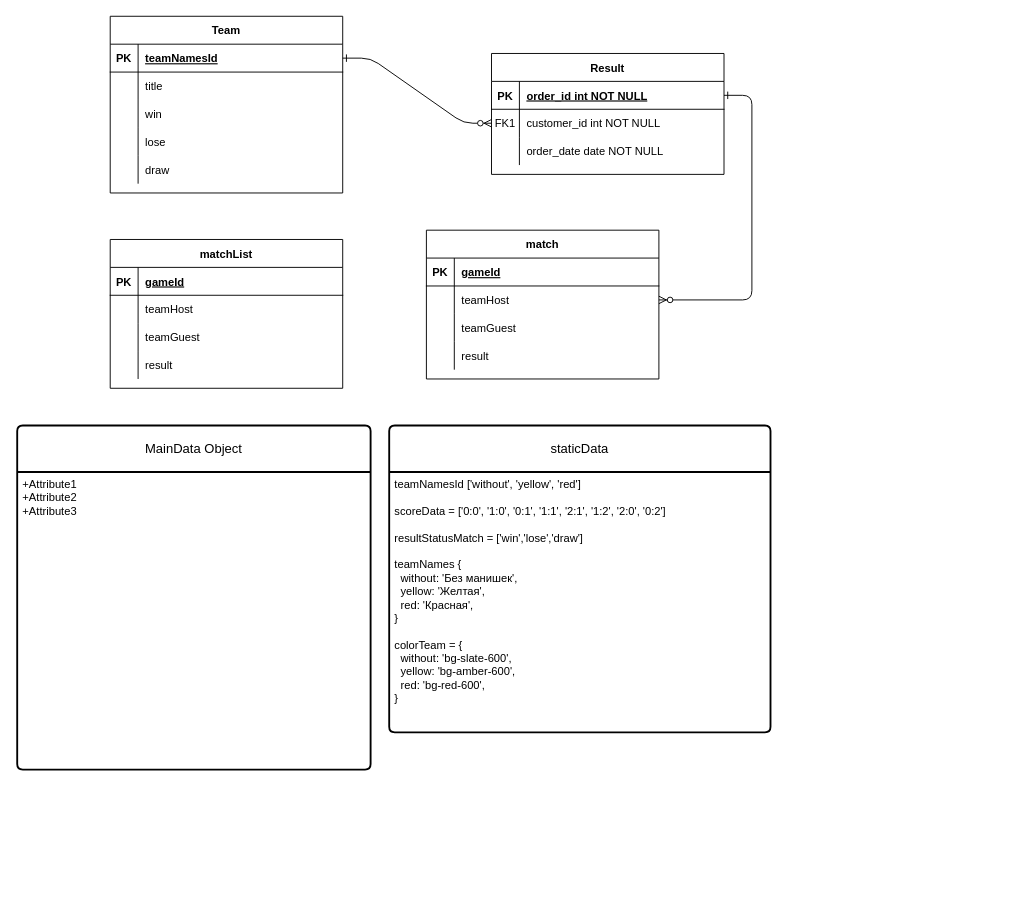
This is src/assets/Диаграмма без названия.drawio from TonyG89/VUE_TAILWIND_footballweekend, a draw.io file, before an edit. Source tidied: cells renumbered, new cells numbered last; positions are measured from the earlier drawing's top-left corner, leaving out a move shared by most shapes. Both pictures are drawn from the tidied source at 93%, with x=0, y=0 at pixel (17, 16).
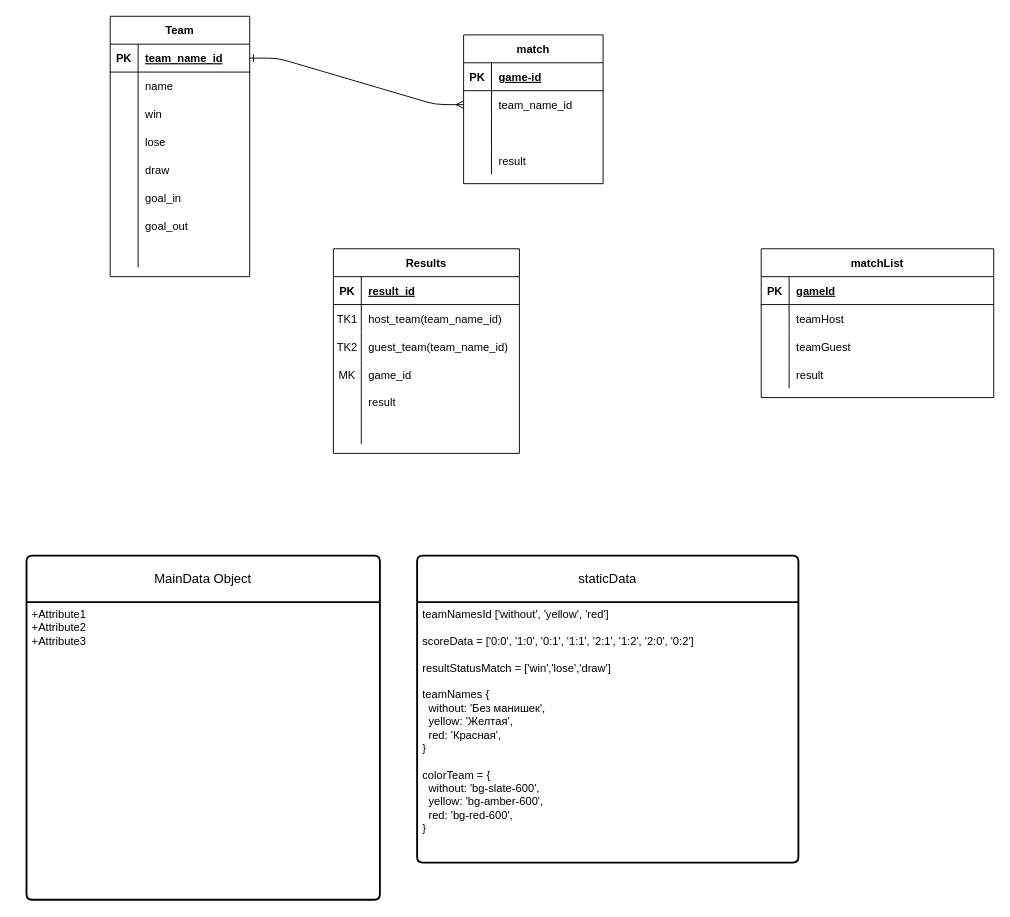
The same diagram, later.

The edit, as a diff of the source:
```diff
@@
-    <mxCell id="2" style="edgeStyle=entityRelationEdgeStyle;endArrow=ERzeroToMany;startArrow=ERone;endFill=1;startFill=0;" parent="1" edge="1" source="28" target="8">
+    <mxCell id="2" style="edgeStyle=entityRelationEdgeStyle;endArrow=ERmany;startArrow=ERone;endFill=0;startFill=0;exitX=1;exitY=0.5;exitDx=0;exitDy=0;" parent="1" edge="1" source="28" target="18">
       <mxGeometry relative="1" as="geometry" />
     </mxCell>
-    <mxCell id="3" style="edgeStyle=entityRelationEdgeStyle;endArrow=ERzeroToMany;startArrow=ERone;endFill=1;startFill=0;" parent="1" edge="1" source="5" target="18">
-      <mxGeometry relative="1" as="geometry" />
-    </mxCell>
-    <mxCell id="4" value="Result" style="shape=table;startSize=30;childLayout=tableLayout;rowLines=0;fontStyle=1;align=center;" parent="1" vertex="1">
-      <mxGeometry x="510" y="40" width="250" height="130" as="geometry" />
+    <mxCell id="4" value="Results" style="shape=table;startSize=30;childLayout=tableLayout;rowLines=0;fontStyle=1;align=center;" parent="1" vertex="1">
+      <mxGeometry x="340" y="250" width="200" height="220" as="geometry" />
     </mxCell>
     <mxCell id="5" style="shape=partialRectangle;fillColor=none;points=[[0,0.5],[1,0.5]];portConstraint=eastwest;top=0;left=0;right=0;bottom=1;" parent="4" vertex="1">
-      <mxGeometry y="30" width="250" height="30" as="geometry" />
+      <mxGeometry y="30" width="200" height="30" as="geometry" />
     </mxCell>
@@
-    <mxCell id="7" value="order_id int NOT NULL " style="shape=partialRectangle;overflow=hidden;fillColor=none;top=0;left=0;bottom=0;right=0;align=left;spacingLeft=6;fontStyle=5;" parent="5" vertex="1">
-      <mxGeometry x="30" width="220" height="30" as="geometry" />
+    <mxCell id="7" value="result_id" style="shape=partialRectangle;overflow=hidden;fillColor=none;top=0;left=0;bottom=0;right=0;align=left;spacingLeft=6;fontStyle=5;" parent="5" vertex="1">
+      <mxGeometry x="30" width="170" height="30" as="geometry" />
     </mxCell>
     <mxCell id="8" style="shape=partialRectangle;fillColor=none;points=[[0,0.5],[1,0.5]];portConstraint=eastwest;top=0;left=0;right=0;bottom=0;" parent="4" vertex="1">
-      <mxGeometry y="60" width="250" height="30" as="geometry" />
+      <mxGeometry y="60" width="200" height="30" as="geometry" />
     </mxCell>
-    <mxCell id="9" value="FK1" style="shape=partialRectangle;overflow=hidden;fillColor=none;top=0;left=0;bottom=0;right=0;" parent="8" vertex="1">
+    <mxCell id="9" value="TK1" style="shape=partialRectangle;overflow=hidden;fillColor=none;top=0;left=0;bottom=0;right=0;" parent="8" vertex="1">
       <mxGeometry width="30" height="30" as="geometry" />
     </mxCell>
-    <mxCell id="10" value="customer_id int NOT NULL" style="shape=partialRectangle;overflow=hidden;fillColor=none;top=0;left=0;bottom=0;right=0;align=left;spacingLeft=6;" parent="8" vertex="1">
-      <mxGeometry x="30" width="220" height="30" as="geometry" />
+    <mxCell id="10" value="host_team(team_name_id)" style="shape=partialRectangle;overflow=hidden;fillColor=none;top=0;left=0;bottom=0;right=0;align=left;spacingLeft=6;" parent="8" vertex="1">
+      <mxGeometry x="30" width="170" height="30" as="geometry" />
     </mxCell>
-    <mxCell id="11" style="shape=partialRectangle;fillColor=none;top=0;left=0;right=0;bottom=0;" parent="4" vertex="1">
-      <mxGeometry y="90" width="250" height="30" as="geometry" />
-    </mxCell>
-    <mxCell id="12" style="shape=partialRectangle;overflow=hidden;fillColor=none;top=0;left=0;bottom=0;right=0;" parent="11" vertex="1">
-      <mxGeometry width="30" height="30" as="geometry" />
-    </mxCell>
-    <mxCell id="13" value="order_date date NOT NULL" style="shape=partialRectangle;overflow=hidden;fillColor=none;top=0;left=0;bottom=0;right=0;align=left;spacingLeft=6;" parent="11" vertex="1">
-      <mxGeometry x="30" width="220" height="30" as="geometry" />
-    </mxCell>
+    <mxCell id="60" style="shape=partialRectangle;fillColor=none;top=0;left=0;right=0;bottom=0;" parent="4" vertex="1">
+      <mxGeometry y="90" width="200" height="30" as="geometry" />
+    </mxCell>
+    <mxCell id="61" value="TK2" style="shape=partialRectangle;overflow=hidden;fillColor=none;top=0;left=0;bottom=0;right=0;" parent="60" vertex="1">
+      <mxGeometry width="30" height="30" as="geometry" />
+    </mxCell>
+    <mxCell id="62" value="guest_team(team_name_id)" style="shape=partialRectangle;overflow=hidden;fillColor=none;top=0;left=0;bottom=0;right=0;align=left;spacingLeft=6;" parent="60" vertex="1">
+      <mxGeometry x="30" width="170" height="30" as="geometry" />
+    </mxCell>
+    <mxCell id="63" style="shape=partialRectangle;fillColor=none;top=0;left=0;right=0;bottom=0;" parent="4" vertex="1">
+      <mxGeometry y="120" width="200" height="30" as="geometry" />
+    </mxCell>
+    <mxCell id="64" value="MK" style="shape=partialRectangle;overflow=hidden;fillColor=none;top=0;left=0;bottom=0;right=0;" parent="63" vertex="1">
+      <mxGeometry width="30" height="30" as="geometry" />
+    </mxCell>
+    <mxCell id="65" value="game_id" style="shape=partialRectangle;overflow=hidden;fillColor=none;top=0;left=0;bottom=0;right=0;align=left;spacingLeft=6;" parent="63" vertex="1">
+      <mxGeometry x="30" width="170" height="30" as="geometry" />
+    </mxCell>
+    <mxCell id="66" style="shape=partialRectangle;fillColor=none;top=0;left=0;right=0;bottom=0;" parent="4" vertex="1">
+      <mxGeometry y="150" width="200" height="30" as="geometry" />
+    </mxCell>
+    <mxCell id="67" style="shape=partialRectangle;overflow=hidden;fillColor=none;top=0;left=0;bottom=0;right=0;" parent="66" vertex="1">
+      <mxGeometry width="30" height="30" as="geometry" />
+    </mxCell>
+    <mxCell id="68" value="result" style="shape=partialRectangle;overflow=hidden;fillColor=none;top=0;left=0;bottom=0;right=0;align=left;spacingLeft=6;" parent="66" vertex="1">
+      <mxGeometry x="30" width="170" height="30" as="geometry" />
+    </mxCell>
+    <mxCell id="69" style="shape=partialRectangle;fillColor=none;top=0;left=0;right=0;bottom=0;" parent="4" vertex="1">
+      <mxGeometry y="180" width="200" height="30" as="geometry" />
+    </mxCell>
+    <mxCell id="70" style="shape=partialRectangle;overflow=hidden;fillColor=none;top=0;left=0;bottom=0;right=0;" parent="69" vertex="1">
+      <mxGeometry width="30" height="30" as="geometry" />
+    </mxCell>
+    <mxCell id="71" style="shape=partialRectangle;overflow=hidden;fillColor=none;top=0;left=0;bottom=0;right=0;align=left;spacingLeft=6;" parent="69" vertex="1">
+      <mxGeometry x="30" width="170" height="30" as="geometry" />
+    </mxCell>
     <mxCell id="14" value="match" style="shape=table;startSize=30;childLayout=tableLayout;rowLines=0;fontStyle=1;align=center;" parent="1" vertex="1">
-      <mxGeometry x="440" y="230" width="250" height="160" as="geometry" />
+      <mxGeometry x="480" y="20" width="150" height="160" as="geometry" />
     </mxCell>
     <mxCell id="15" style="shape=partialRectangle;fillColor=none;top=0;left=0;right=0;bottom=1;" parent="14" vertex="1">
-      <mxGeometry y="30" width="250" height="30" as="geometry" />
+      <mxGeometry y="30" width="150" height="30" as="geometry" />
     </mxCell>
@@
-    <mxCell id="17" value="gameId" style="shape=partialRectangle;overflow=hidden;fillColor=none;top=0;left=0;bottom=0;right=0;align=left;spacingLeft=6;fontStyle=5;" parent="15" vertex="1">
-      <mxGeometry x="30" width="220" height="30" as="geometry" />
+    <mxCell id="17" value="game-id" style="shape=partialRectangle;overflow=hidden;fillColor=none;top=0;left=0;bottom=0;right=0;align=left;spacingLeft=6;fontStyle=5;" parent="15" vertex="1">
+      <mxGeometry x="30" width="120" height="30" as="geometry" />
     </mxCell>
     <mxCell id="18" style="shape=partialRectangle;fillColor=none;points=[[0,0.5],[1,0.5]];portConstraint=eastwest;top=0;left=0;right=0;bottom=0;" parent="14" vertex="1">
-      <mxGeometry y="60" width="250" height="30" as="geometry" />
+      <mxGeometry y="60" width="150" height="30" as="geometry" />
     </mxCell>
@@
-    <mxCell id="20" value="teamHost" style="shape=partialRectangle;overflow=hidden;fillColor=none;top=0;left=0;bottom=0;right=0;align=left;spacingLeft=6;" parent="18" vertex="1">
-      <mxGeometry x="30" width="220" height="30" as="geometry" />
+    <mxCell id="20" value="team_name_id" style="shape=partialRectangle;overflow=hidden;fillColor=none;top=0;left=0;bottom=0;right=0;align=left;spacingLeft=6;" parent="18" vertex="1">
+      <mxGeometry x="30" width="120" height="30" as="geometry" />
     </mxCell>
     <mxCell id="21" style="shape=partialRectangle;fillColor=none;top=0;left=0;right=0;bottom=0;" parent="14" vertex="1">
-      <mxGeometry y="90" width="250" height="30" as="geometry" />
+      <mxGeometry y="90" width="150" height="30" as="geometry" />
     </mxCell>
@@
-    <mxCell id="23" value="teamGuest" style="shape=partialRectangle;overflow=hidden;fillColor=none;top=0;left=0;bottom=0;right=0;align=left;spacingLeft=6;" parent="21" vertex="1">
-      <mxGeometry x="30" width="220" height="30" as="geometry" />
+    <mxCell id="23" style="shape=partialRectangle;overflow=hidden;fillColor=none;top=0;left=0;bottom=0;right=0;align=left;spacingLeft=6;" parent="21" vertex="1">
+      <mxGeometry x="30" width="120" height="30" as="geometry" />
     </mxCell>
     <mxCell id="24" style="shape=partialRectangle;fillColor=none;top=0;left=0;right=0;bottom=0;" parent="14" vertex="1">
-      <mxGeometry y="120" width="250" height="30" as="geometry" />
+      <mxGeometry y="120" width="150" height="30" as="geometry" />
     </mxCell>
@@
     <mxCell id="26" value="result" style="shape=partialRectangle;overflow=hidden;fillColor=none;top=0;left=0;bottom=0;right=0;align=left;spacingLeft=6;" parent="24" vertex="1">
-      <mxGeometry x="30" width="220" height="30" as="geometry" />
+      <mxGeometry x="30" width="120" height="30" as="geometry" />
     </mxCell>
     <mxCell id="27" value="Team" style="shape=table;startSize=30;childLayout=tableLayout;rowLines=0;fontStyle=1;align=center;" parent="1" vertex="1">
-      <mxGeometry x="100" width="250" height="190" as="geometry" />
+      <mxGeometry x="100" width="150" height="280" as="geometry" />
     </mxCell>
     <mxCell id="28" style="shape=partialRectangle;fillColor=none;points=[[0,0.5],[1,0.5]];portConstraint=eastwest;top=0;left=0;right=0;bottom=1;" parent="27" vertex="1">
-      <mxGeometry y="30" width="250" height="30" as="geometry" />
+      <mxGeometry y="30" width="150" height="30" as="geometry" />
     </mxCell>
@@
-    <mxCell id="30" value="teamNamesId" style="shape=partialRectangle;overflow=hidden;fillColor=none;top=0;left=0;bottom=0;right=0;align=left;spacingLeft=6;fontStyle=5;" parent="28" vertex="1">
-      <mxGeometry x="30" width="220" height="30" as="geometry" />
+    <mxCell id="30" value="team_name_id" style="shape=partialRectangle;overflow=hidden;fillColor=none;top=0;left=0;bottom=0;right=0;align=left;spacingLeft=6;fontStyle=5;" parent="28" vertex="1">
+      <mxGeometry x="30" width="120" height="30" as="geometry" />
     </mxCell>
     <mxCell id="31" style="shape=partialRectangle;fillColor=none;top=0;left=0;right=0;bottom=0;" parent="27" vertex="1">
-      <mxGeometry y="60" width="250" height="30" as="geometry" />
+      <mxGeometry y="60" width="150" height="30" as="geometry" />
     </mxCell>
@@
-    <mxCell id="33" value="title" style="shape=partialRectangle;overflow=hidden;fillColor=none;top=0;left=0;bottom=0;right=0;align=left;spacingLeft=6;" parent="31" vertex="1">
-      <mxGeometry x="30" width="220" height="30" as="geometry" />
+    <mxCell id="33" value="name" style="shape=partialRectangle;overflow=hidden;fillColor=none;top=0;left=0;bottom=0;right=0;align=left;spacingLeft=6;" parent="31" vertex="1">
+      <mxGeometry x="30" width="120" height="30" as="geometry" />
     </mxCell>
     <mxCell id="34" style="shape=partialRectangle;fillColor=none;top=0;left=0;right=0;bottom=0;" parent="27" vertex="1">
-      <mxGeometry y="90" width="250" height="30" as="geometry" />
+      <mxGeometry y="90" width="150" height="30" as="geometry" />
     </mxCell>
@@
     <mxCell id="36" value="win" style="shape=partialRectangle;overflow=hidden;fillColor=none;top=0;left=0;bottom=0;right=0;align=left;spacingLeft=6;" parent="34" vertex="1">
-      <mxGeometry x="30" width="220" height="30" as="geometry" />
+      <mxGeometry x="30" width="120" height="30" as="geometry" />
     </mxCell>
     <mxCell id="37" style="shape=partialRectangle;fillColor=none;top=0;left=0;right=0;bottom=0;" parent="27" vertex="1">
-      <mxGeometry y="120" width="250" height="30" as="geometry" />
+      <mxGeometry y="120" width="150" height="30" as="geometry" />
     </mxCell>
@@
     <mxCell id="39" value="lose" style="shape=partialRectangle;overflow=hidden;fillColor=none;top=0;left=0;bottom=0;right=0;align=left;spacingLeft=6;" parent="37" vertex="1">
-      <mxGeometry x="30" width="220" height="30" as="geometry" />
+      <mxGeometry x="30" width="120" height="30" as="geometry" />
     </mxCell>
     <mxCell id="40" style="shape=partialRectangle;fillColor=none;top=0;left=0;right=0;bottom=0;" parent="27" vertex="1">
-      <mxGeometry y="150" width="250" height="30" as="geometry" />
+      <mxGeometry y="150" width="150" height="30" as="geometry" />
     </mxCell>
@@
     <mxCell id="42" value="draw" style="shape=partialRectangle;overflow=hidden;fillColor=none;top=0;left=0;bottom=0;right=0;align=left;spacingLeft=6;" parent="40" vertex="1">
-      <mxGeometry x="30" width="220" height="30" as="geometry" />
+      <mxGeometry x="30" width="120" height="30" as="geometry" />
     </mxCell>
+    <mxCell id="72" style="shape=partialRectangle;fillColor=none;top=0;left=0;right=0;bottom=0;" parent="27" vertex="1">
+      <mxGeometry y="180" width="150" height="30" as="geometry" />
+    </mxCell>
+    <mxCell id="73" style="shape=partialRectangle;overflow=hidden;fillColor=none;top=0;left=0;bottom=0;right=0;" parent="72" vertex="1">
+      <mxGeometry width="30" height="30" as="geometry" />
+    </mxCell>
+    <mxCell id="74" value="goal_in" style="shape=partialRectangle;overflow=hidden;fillColor=none;top=0;left=0;bottom=0;right=0;align=left;spacingLeft=6;" parent="72" vertex="1">
+      <mxGeometry x="30" width="120" height="30" as="geometry" />
+    </mxCell>
+    <mxCell id="75" style="shape=partialRectangle;fillColor=none;top=0;left=0;right=0;bottom=0;" parent="27" vertex="1">
+      <mxGeometry y="210" width="150" height="30" as="geometry" />
+    </mxCell>
+    <mxCell id="76" style="shape=partialRectangle;overflow=hidden;fillColor=none;top=0;left=0;bottom=0;right=0;" parent="75" vertex="1">
+      <mxGeometry width="30" height="30" as="geometry" />
+    </mxCell>
+    <mxCell id="77" value="goal_out" style="shape=partialRectangle;overflow=hidden;fillColor=none;top=0;left=0;bottom=0;right=0;align=left;spacingLeft=6;" parent="75" vertex="1">
+      <mxGeometry x="30" width="120" height="30" as="geometry" />
+    </mxCell>
+    <mxCell id="78" style="shape=partialRectangle;fillColor=none;top=0;left=0;right=0;bottom=0;" parent="27" vertex="1">
+      <mxGeometry y="240" width="150" height="30" as="geometry" />
+    </mxCell>
+    <mxCell id="79" style="shape=partialRectangle;overflow=hidden;fillColor=none;top=0;left=0;bottom=0;right=0;" parent="78" vertex="1">
+      <mxGeometry width="30" height="30" as="geometry" />
+    </mxCell>
+    <mxCell id="80" style="shape=partialRectangle;overflow=hidden;fillColor=none;top=0;left=0;bottom=0;right=0;align=left;spacingLeft=6;" parent="78" vertex="1">
+      <mxGeometry x="30" width="120" height="30" as="geometry" />
+    </mxCell>
     <mxCell id="43" value="matchList" style="shape=table;startSize=30;childLayout=tableLayout;rowLines=0;fontStyle=1;align=center;" parent="1" vertex="1">
-      <mxGeometry x="100" y="240" width="250" height="160" as="geometry" />
+      <mxGeometry x="800" y="250" width="250" height="160" as="geometry" />
     </mxCell>
@@
     <mxCell id="56" value="MainData Object" style="swimlane;horizontal=1;startSize=50;rounded=1;fontSize=14;fontStyle=0;strokeWidth=2;shadow=0;dashed=0;align=center;arcSize=4;whiteSpace=wrap;html=1;" parent="1" vertex="1">
-      <mxGeometry y="440" width="380" height="370" as="geometry" />
+      <mxGeometry x="10" y="580" width="380" height="370" as="geometry" />
     </mxCell>
@@
     <mxCell id="58" value="staticData" style="swimlane;horizontal=1;startSize=50;rounded=1;fontSize=14;fontStyle=0;strokeWidth=2;shadow=0;dashed=0;align=center;arcSize=4;whiteSpace=wrap;html=1;" parent="1" vertex="1">
-      <mxGeometry x="400" y="440" width="410" height="330" as="geometry" />
+      <mxGeometry x="430" y="580" width="410" height="330" as="geometry" />
     </mxCell>
```
